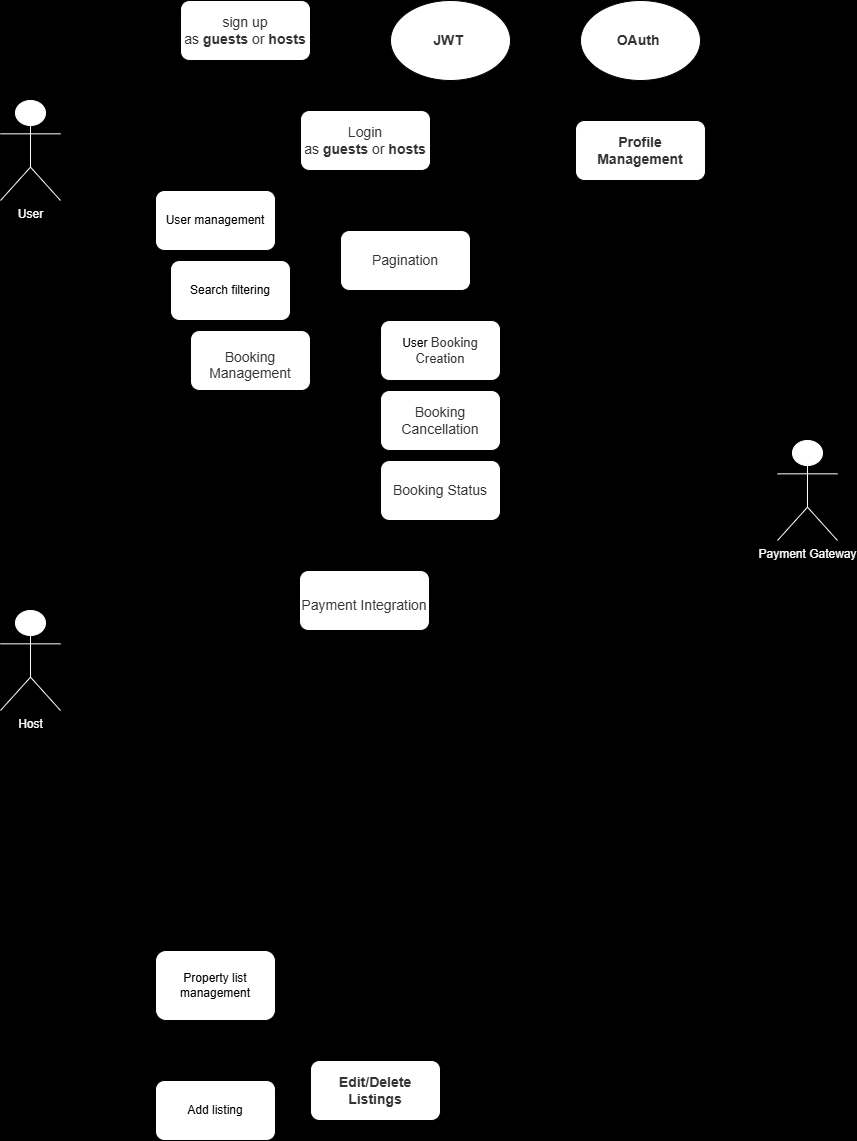
This is use-case-diagram/usecase.drawio.png from Dinamow/alx-airbnb-project-documentation, a draw.io export, as it was before one commit. Source tidied: cells renumbered, new cells last; positions are measured from the earlier drawing's top-left corner, leaving out a move shared by most shapes.
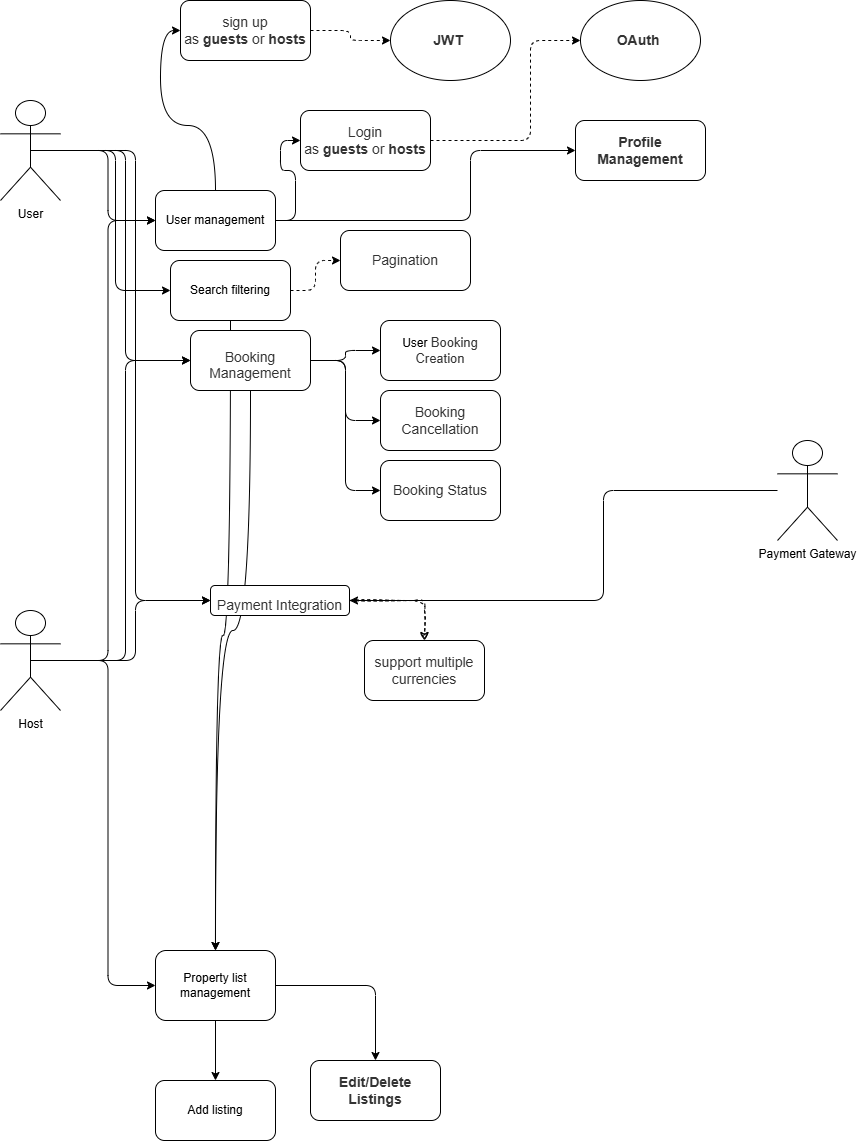
Above is the later version.

The edit, as a diff of the source:
```diff
@@ -1,4 +1,4 @@
-<mxGraphModel background="#000000">
+<mxGraphModel background="#FFFFFF">
   <root>
     <mxCell id="0" />
     <mxCell id="1" parent="0" />
@@ -17,7 +17,7 @@
     <mxCell id="6" style="edgeStyle=orthogonalEdgeStyle;rounded=1;jettySize=auto;html=1;entryX=0;entryY=0.5;entryDx=0;entryDy=0;curved=0;" parent="1" edge="1" source="7" target="39">
       <mxGeometry relative="1" as="geometry" />
     </mxCell>
-    <mxCell id="7" value="&lt;font color=&quot;#ffffff&quot;&gt;User&lt;/font&gt;" style="shape=umlActor;verticalLabelPosition=bottom;verticalAlign=top;html=1;outlineConnect=0;rounded=1;strokeColor=#FFFFFF;" parent="1" vertex="1">
+    <mxCell id="7" value="User" style="shape=umlActor;verticalLabelPosition=bottom;verticalAlign=top;html=1;outlineConnect=0;rounded=1;" parent="1" vertex="1">
       <mxGeometry y="100" width="60" height="100" as="geometry" />
     </mxCell>
     <mxCell id="8" style="edgeStyle=orthogonalEdgeStyle;rounded=1;jettySize=auto;html=1;exitX=0.5;exitY=0.5;exitDx=0;exitDy=0;exitPerimeter=0;entryX=0;entryY=0.5;entryDx=0;entryDy=0;curved=0;" parent="1" edge="1" source="11" target="15">
@@ -29,7 +29,7 @@
     <mxCell id="10" style="edgeStyle=orthogonalEdgeStyle;rounded=1;jettySize=auto;html=1;entryX=0;entryY=0.5;entryDx=0;entryDy=0;curved=0;" parent="1" edge="1" source="11" target="39">
       <mxGeometry relative="1" as="geometry" />
     </mxCell>
-    <mxCell id="11" value="&lt;font color=&quot;#ffffff&quot;&gt;Host&lt;/font&gt;" style="shape=umlActor;verticalLabelPosition=bottom;verticalAlign=top;html=1;outlineConnect=0;rounded=1;strokeColor=#FFFFFF;" parent="1" vertex="1">
+    <mxCell id="11" value="Host" style="shape=umlActor;verticalLabelPosition=bottom;verticalAlign=top;html=1;outlineConnect=0;rounded=1;" parent="1" vertex="1">
       <mxGeometry y="610" width="60" height="100" as="geometry" />
     </mxCell>
     <mxCell id="12" style="edgeStyle=orthogonalEdgeStyle;rounded=1;jettySize=auto;html=1;curved=1;entryX=0;entryY=0.5;entryDx=0;entryDy=0;" parent="1" edge="1" source="15" target="17">
@@ -131,14 +131,25 @@
     <mxCell id="39" value="&lt;h3 style=&quot;box-sizing: border-box; font-family: aktiv-grotesk, sans-serif; line-height: 1.1; color: rgb(51, 51, 51); margin-top: 30px; margin-bottom: 20px; background-color: rgb(255, 255, 255);&quot;&gt;&lt;span style=&quot;box-sizing: border-box; font-weight: normal;&quot;&gt;&lt;font style=&quot;font-size: 14px;&quot;&gt;Booking Management&lt;/font&gt;&lt;/span&gt;&lt;/h3&gt;" style="rounded=1;whiteSpace=wrap;html=1;align=center;" parent="1" vertex="1">
       <mxGeometry x="190" y="330" width="120" height="60" as="geometry" />
     </mxCell>
-    <mxCell id="40" style="edgeStyle=orthogonalEdgeStyle;rounded=1;jettySize=auto;html=1;entryX=1;entryY=0.5;entryDx=0;entryDy=0;curved=0;fontColor=#FFFFFF;labelBackgroundColor=#000000;" parent="1" edge="1" source="41" target="42">
-      <mxGeometry relative="1" as="geometry" />
+    <mxCell id="40" style="edgeStyle=orthogonalEdgeStyle;rounded=1;jettySize=auto;html=1;entryX=1;entryY=0.5;entryDx=0;entryDy=0;curved=0;" parent="1" edge="1" source="41" target="42">
+      <mxGeometry relative="1" as="geometry">
+        <Array as="points">
+          <mxPoint x="603" y="490" />
+          <mxPoint x="603" y="600" />
+        </Array>
+      </mxGeometry>
     </mxCell>
-    <mxCell id="41" value="&lt;font color=&quot;#ffffff&quot;&gt;Payment Gateway&lt;/font&gt;" style="shape=umlActor;verticalLabelPosition=bottom;verticalAlign=top;html=1;outlineConnect=0;rounded=1;strokeColor=#FFFFFF;" parent="1" vertex="1">
+    <mxCell id="41" value="Payment Gateway" style="shape=umlActor;verticalLabelPosition=bottom;verticalAlign=top;html=1;outlineConnect=0;rounded=1;" parent="1" vertex="1">
       <mxGeometry x="777" y="440" width="60" height="100" as="geometry" />
     </mxCell>
+    <mxCell id="43" style="edgeStyle=orthogonalEdgeStyle;rounded=1;sketch=1;hachureGap=4;jiggle=2;curveFitting=1;jettySize=auto;html=1;fontFamily=Architects Daughter;fontSource=https%3A%2F%2Ffonts.googleapis.com%2Fcss%3Ffamily%3DArchitects%2BDaughter;dashed=1;entryX=0.5;entryY=0;entryDx=0;entryDy=0;" parent="1" edge="1" source="42" target="44">
+      <mxGeometry relative="1" as="geometry" />
+    </mxCell>
     <mxCell id="42" value="&lt;h3 style=&quot;box-sizing: border-box; font-family: aktiv-grotesk, sans-serif; line-height: 1.1; color: rgb(51, 51, 51); margin-top: 30px; margin-bottom: 20px; background-color: rgb(255, 255, 255);&quot;&gt;&lt;span style=&quot;box-sizing: border-box; font-weight: normal;&quot;&gt;&lt;font style=&quot;font-size: 14px;&quot;&gt;Payment Integration&lt;/font&gt;&lt;/span&gt;&lt;/h3&gt;" style="rounded=1;whiteSpace=wrap;html=1;align=center;" parent="1" vertex="1">
-      <mxGeometry x="299" y="570" width="130" height="60" as="geometry" />
+      <mxGeometry x="210" y="585" width="139" height="30" as="geometry" />
     </mxCell>
+    <mxCell id="44" value="&lt;span style=&quot;color: rgb(51, 51, 51); font-family: aktiv-grotesk, sans-serif; font-size: 14px; text-align: left; background-color: rgb(255, 255, 255);&quot;&gt;support multiple currencies&lt;/span&gt;" style="rounded=1;whiteSpace=wrap;html=1;" parent="1" vertex="1">
+      <mxGeometry x="364" y="640" width="120" height="60" as="geometry" />
+    </mxCell>
   </root>
 </mxGraphModel>
```
